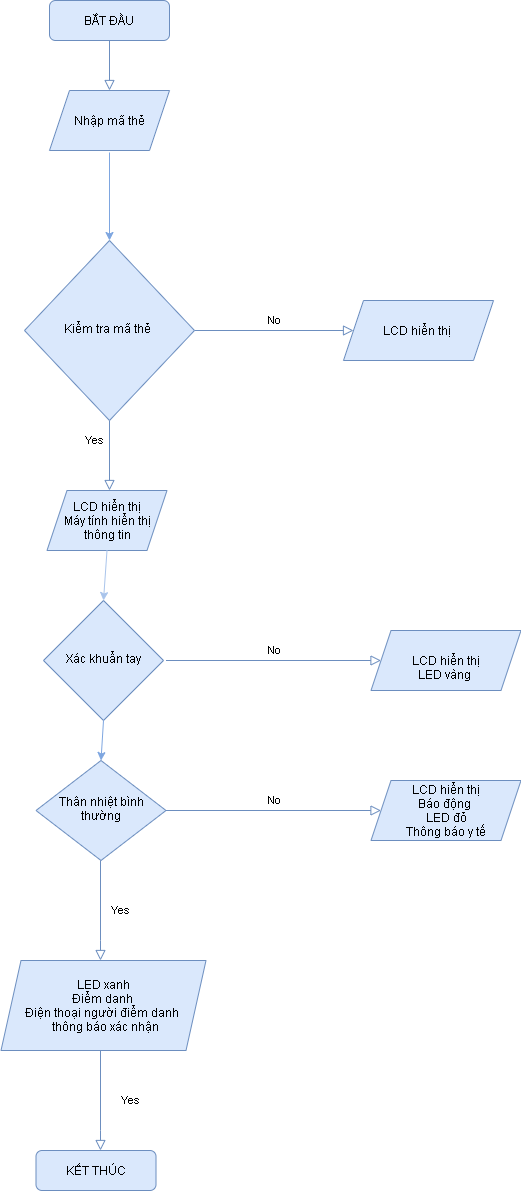
Above: Untitled Diagram.png in danghuynhthi/baitest01 (draw.io), before the change. Source tidied: cells renumbered, new cells last; positions are measured from the earlier drawing's top-left corner, leaving out a move shared by most shapes.
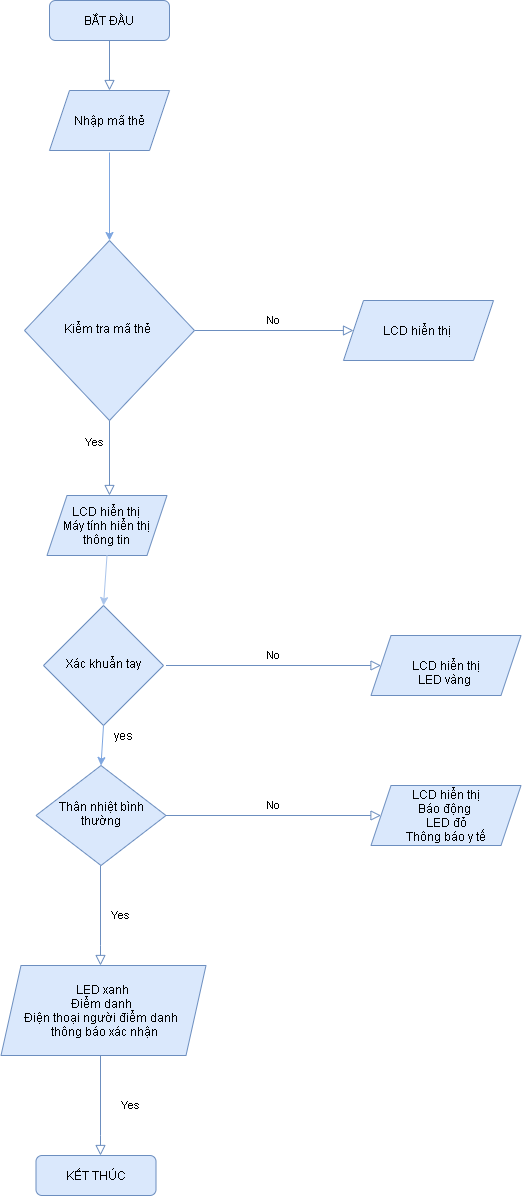
After the change.

What changed in the source:
```diff
@@ -6,7 +6,7 @@
       <mxGeometry relative="1" as="geometry" />
     </mxCell>
     <mxCell id="3" value="BẮT ĐẦU" style="rounded=1;whiteSpace=wrap;html=1;fontSize=12;glass=0;strokeWidth=1;shadow=0;fillColor=#dae8fc;strokeColor=#6c8ebf;" parent="1" vertex="1">
-      <mxGeometry x="48" width="120" height="40" as="geometry" />
+      <mxGeometry x="48" y="-5" width="120" height="40" as="geometry" />
     </mxCell>
     <mxCell id="4" value="Yes" style="rounded=0;html=1;jettySize=auto;fontSize=11;endArrow=block;endFill=0;endSize=8;strokeWidth=1;shadow=0;labelBackgroundColor=none;edgeStyle=orthogonalEdgeStyle;fillColor=#dae8fc;strokeColor=#6c8ebf;" parent="1" edge="1" source="6">
       <mxGeometry x="-0.43" y="-15" relative="1" as="geometry">
@@ -17,7 +17,7 @@
       <mxGeometry y="10" relative="1" as="geometry" />
     </mxCell>
     <mxCell id="6" value="Kiểm tra mã thẻ&amp;nbsp;" style="rhombus;whiteSpace=wrap;html=1;shadow=0;fontFamily=Helvetica;fontSize=12;align=center;strokeWidth=1;spacing=6;spacingTop=-4;fillColor=#dae8fc;strokeColor=#6c8ebf;" parent="1" vertex="1">
-      <mxGeometry x="23" y="240" width="170" height="180" as="geometry" />
+      <mxGeometry x="23" y="235" width="170" height="180" as="geometry" />
     </mxCell>
     <mxCell id="7" value="Thân nhiệt bình thường" style="rhombus;whiteSpace=wrap;html=1;shadow=0;fontFamily=Helvetica;fontSize=12;align=center;strokeWidth=1;spacing=6;spacingTop=-4;fillColor=#dae8fc;strokeColor=#6c8ebf;" parent="1" vertex="1">
       <mxGeometry x="34.5" y="760" width="130" height="100" as="geometry" />
@@ -76,18 +76,21 @@
       <mxGeometry relative="1" as="geometry" />
     </mxCell>
     <mxCell id="19" value="&lt;span&gt;Nhập mã thẻ&lt;/span&gt;" style="shape=parallelogram;perimeter=parallelogramPerimeter;whiteSpace=wrap;html=1;fixedSize=1;fillColor=#dae8fc;strokeColor=#6c8ebf;" parent="1" vertex="1">
-      <mxGeometry x="48" y="90" width="120" height="60" as="geometry" />
+      <mxGeometry x="48" y="85" width="120" height="60" as="geometry" />
     </mxCell>
     <mxCell id="20" style="endArrow=classic;html=1;entryX=0.5;entryY=0;entryDx=0;entryDy=0;strokeColor=#7EA6E0;" parent="1" edge="1" target="6">
       <mxGeometry relative="1" as="geometry">
-        <mxPoint x="108" y="152" as="sourcePoint" />
+        <mxPoint x="108" y="147" as="sourcePoint" />
       </mxGeometry>
     </mxCell>
     <mxCell id="21" value="LCD hiển thị&amp;nbsp;" style="shape=parallelogram;perimeter=parallelogramPerimeter;whiteSpace=wrap;html=1;fixedSize=1;fillColor=#dae8fc;strokeColor=#6c8ebf;" parent="1" vertex="1">
-      <mxGeometry x="342" y="300" width="150" height="60" as="geometry" />
+      <mxGeometry x="342" y="295" width="150" height="60" as="geometry" />
     </mxCell>
     <mxCell id="22" style="endArrow=classic;html=1;strokeColor=#7EA6E0;exitX=0.5;exitY=1;exitDx=0;exitDy=0;entryX=0.5;entryY=0;entryDx=0;entryDy=0;" parent="1" edge="1" source="8" target="7">
       <mxGeometry relative="1" as="geometry" />
     </mxCell>
+    <mxCell id="23" value="yes" style="text;html=1;strokeColor=none;fillColor=none;align=center;verticalAlign=middle;whiteSpace=wrap;rounded=0;" parent="1" vertex="1">
+      <mxGeometry x="102" y="720" width="40" height="20" as="geometry" />
+    </mxCell>
   </root>
 </mxGraphModel>
```
